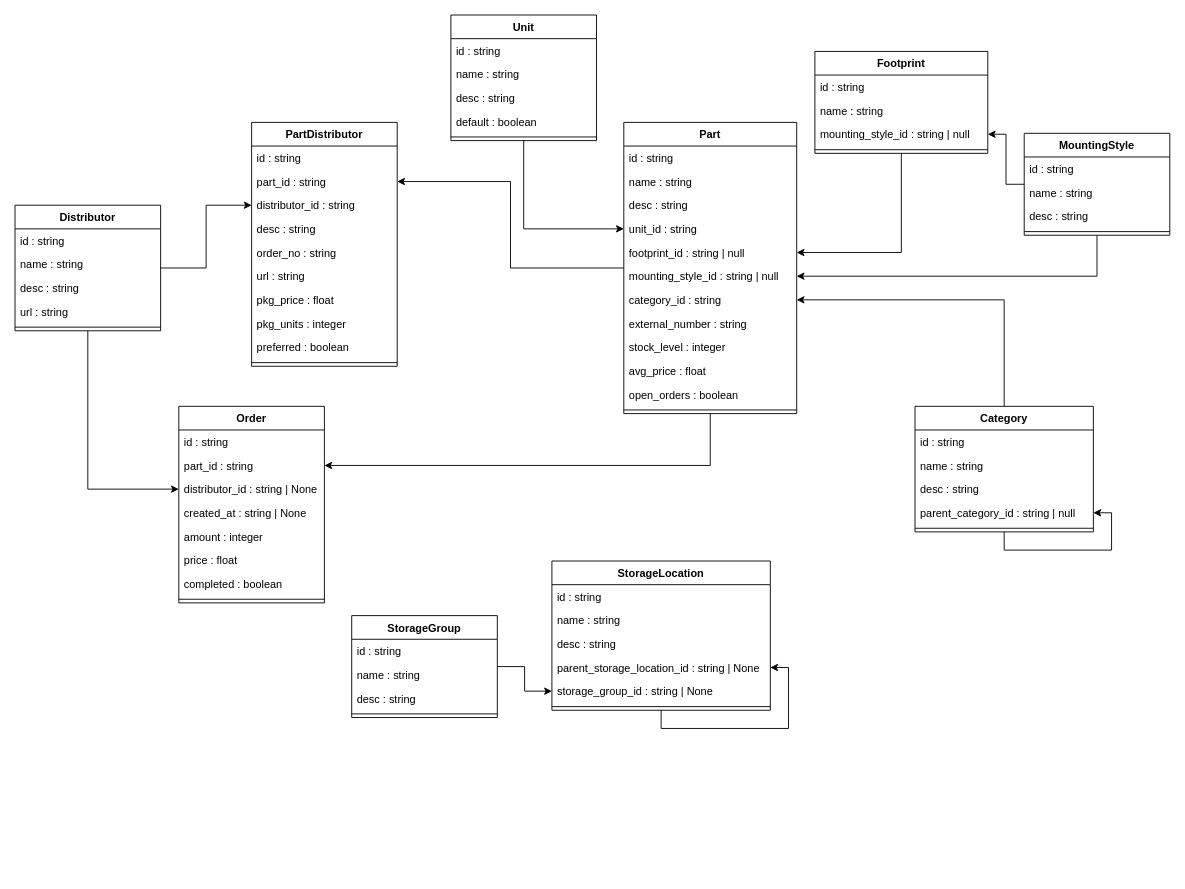
Above: docs/elements-api.drawio in nils-ost/Inventory4Parts (draw.io), before the change. Source tidied: cells renumbered, new cells numbered last; positions are measured from the earlier drawing's top-left corner, leaving out a move shared by most shapes. Both pictures are drawn from the tidied source at 91%, with x=0, y=0 at pixel (15, 15).
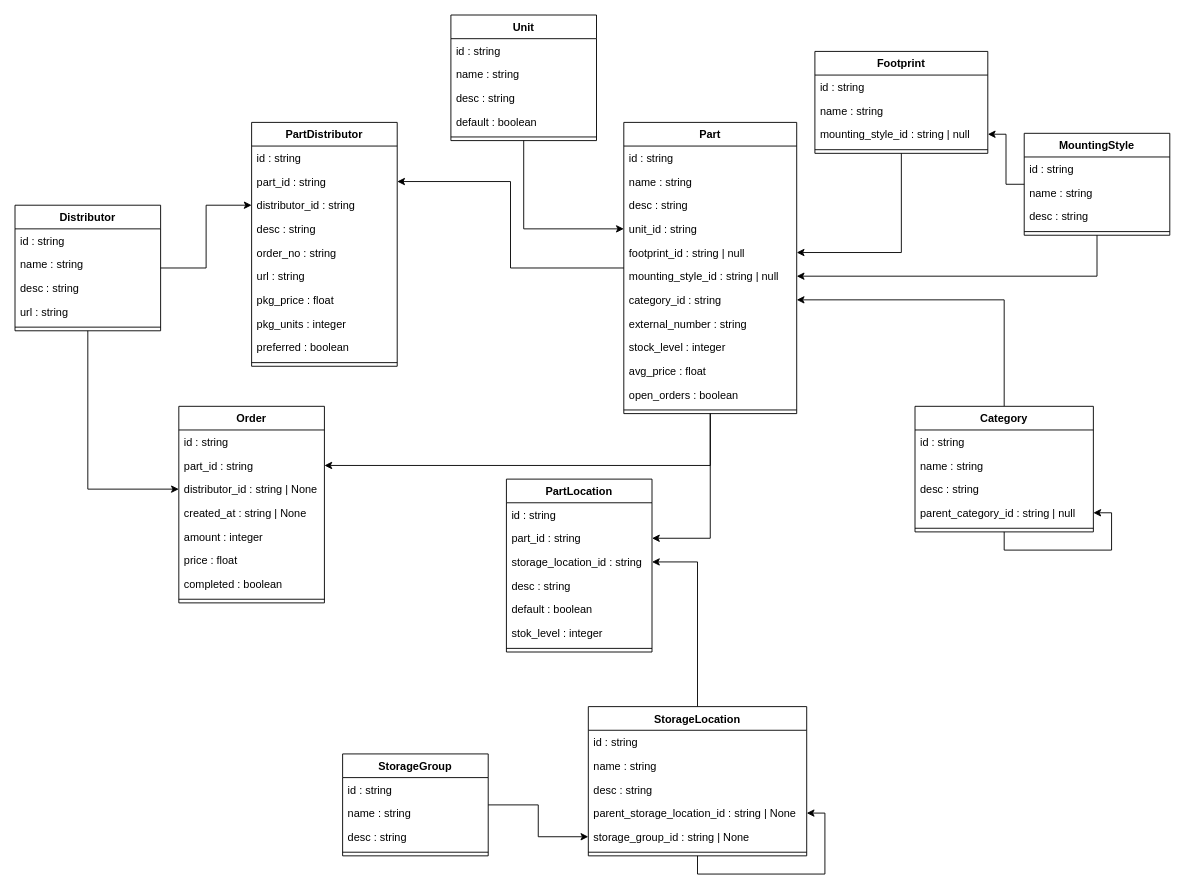
Above is the later version.

The change refers to these unchanged cells:
```xml
<mxCell id="32" value="Part" style="swimlane;fontStyle=1;align=center;verticalAlign=top;horizontal=1;startSize=26;" parent="1" vertex="1">
  <mxGeometry x="669" y="118" width="190" height="320" as="geometry" />
</mxCell>
```

Change to the diagram source:
```diff
@@
+    <mxCell id="87" style="edgeStyle=orthogonalEdgeStyle;rounded=0;jettySize=auto;html=1;" parent="1" edge="1" source="32" target="91">
+      <mxGeometry relative="1" as="geometry" />
+    </mxCell>
@@
     <mxCell id="65" value="StorageGroup" style="swimlane;fontStyle=1;align=center;verticalAlign=top;horizontal=1;startSize=26;" parent="1" vertex="1">
-      <mxGeometry x="370" y="660" width="160" height="112" as="geometry" />
+      <mxGeometry x="360" y="812" width="160" height="112" as="geometry" />
     </mxCell>
@@
+    <mxCell id="88" style="edgeStyle=orthogonalEdgeStyle;rounded=0;jettySize=auto;html=1;" parent="1" edge="1" source="70" target="92">
+      <mxGeometry relative="1" as="geometry" />
+    </mxCell>
     <mxCell id="70" value="StorageLocation" style="swimlane;fontStyle=1;align=center;verticalAlign=top;horizontal=1;startSize=26;" parent="1" vertex="1">
-      <mxGeometry x="590" y="600" width="240" height="164" as="geometry" />
+      <mxGeometry x="630" y="760" width="240" height="164" as="geometry" />
     </mxCell>
@@
+    <mxCell id="89" value="PartLocation" style="swimlane;fontStyle=1;align=center;verticalAlign=top;horizontal=1;startSize=26;" parent="1" vertex="1">
+      <mxGeometry x="540" y="510" width="160" height="190" as="geometry" />
+    </mxCell>
+    <mxCell id="90" value="id : string" style="text;strokeColor=none;fillColor=none;align=left;verticalAlign=top;spacingLeft=4;spacingRight=4;overflow=hidden;" parent="89" vertex="1">
+      <mxGeometry y="26" width="160" height="26" as="geometry" />
+    </mxCell>
+    <mxCell id="91" value="part_id : string" style="text;strokeColor=none;fillColor=none;align=left;verticalAlign=top;spacingLeft=4;spacingRight=4;overflow=hidden;points=[[0,0.5],[1,0.5]];portConstraint=eastwest;" parent="89" vertex="1">
+      <mxGeometry y="52" width="160" height="26" as="geometry" />
+    </mxCell>
+    <mxCell id="92" value="storage_location_id : string" style="text;strokeColor=none;fillColor=none;align=left;verticalAlign=top;spacingLeft=4;spacingRight=4;overflow=hidden;points=[[0,0.5],[1,0.5]];portConstraint=eastwest;" parent="89" vertex="1">
+      <mxGeometry y="78" width="160" height="26" as="geometry" />
+    </mxCell>
+    <mxCell id="93" value="desc : string" style="text;strokeColor=none;fillColor=none;align=left;verticalAlign=top;spacingLeft=4;spacingRight=4;overflow=hidden;" parent="89" vertex="1">
+      <mxGeometry y="104" width="160" height="26" as="geometry" />
+    </mxCell>
+    <mxCell id="94" value="default : boolean" style="text;strokeColor=none;fillColor=none;align=left;verticalAlign=top;spacingLeft=4;spacingRight=4;overflow=hidden;" parent="89" vertex="1">
+      <mxGeometry y="130" width="160" height="26" as="geometry" />
+    </mxCell>
+    <mxCell id="95" value="stok_level : integer" style="text;strokeColor=none;fillColor=none;align=left;verticalAlign=top;spacingLeft=4;spacingRight=4;overflow=hidden;" parent="89" vertex="1">
+      <mxGeometry y="156" width="160" height="26" as="geometry" />
+    </mxCell>
+    <mxCell id="96" style="line;strokeWidth=1;fillColor=none;align=left;verticalAlign=middle;spacingTop=-1;spacingLeft=3;spacingRight=3;labelPosition=right;" parent="89" vertex="1">
+      <mxGeometry y="182" width="160" height="8" as="geometry" />
+    </mxCell>
```
